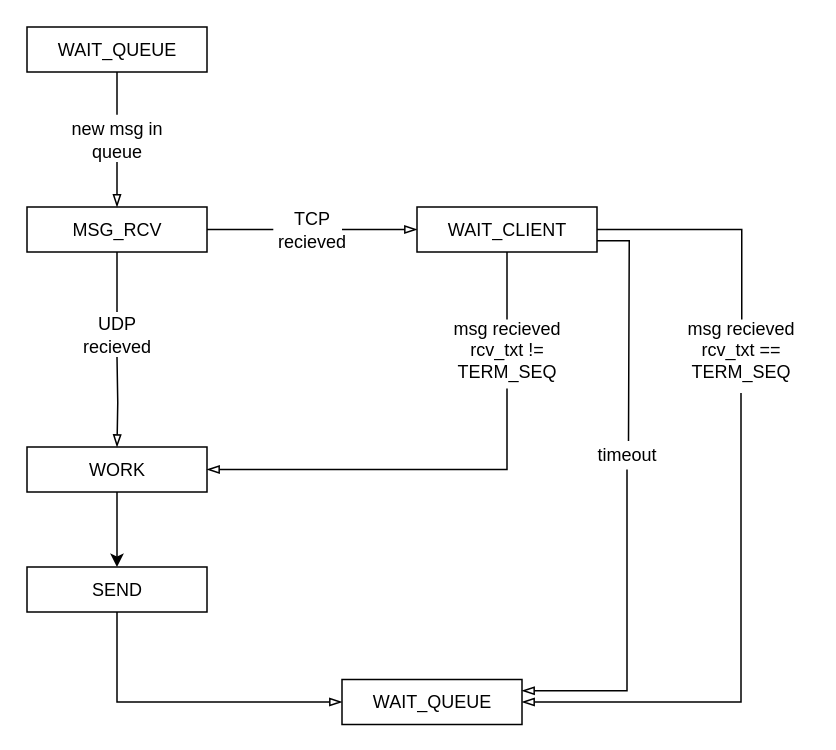
The draw.io diagram Statemachine.drawio in LieutenantRed/state-machine, before the edit. Source tidied: cells renumbered, new cells numbered last; positions are measured from the earlier drawing's top-left corner, leaving out a move shared by most shapes. Both pictures are drawn from the tidied source at 150%, with x=0, y=0 at pixel (27, 26).
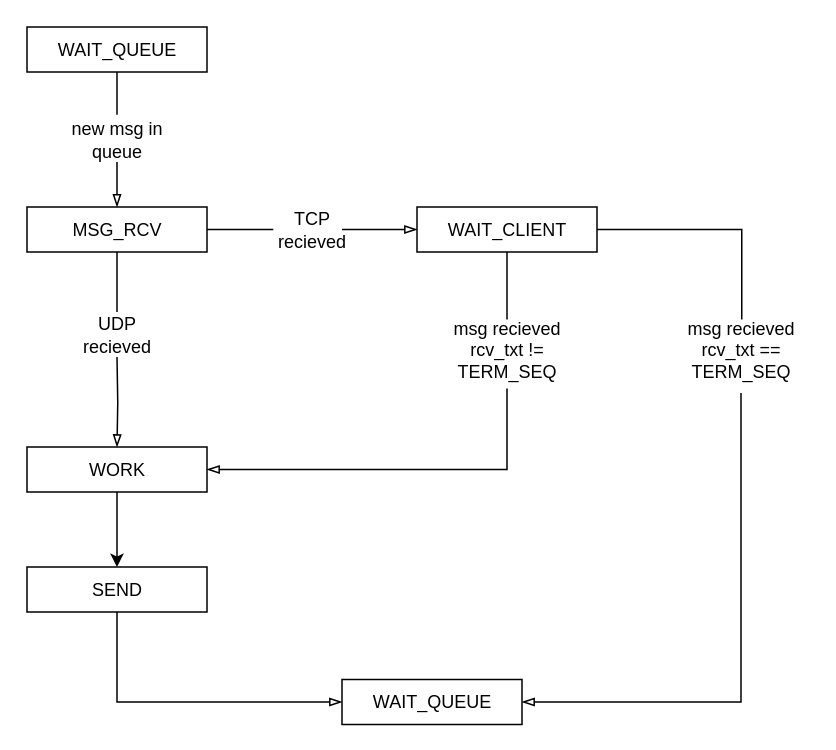
After the change.

Unchanged cells that the change refers to:
```xml
<mxCell id="16" value="WAIT_CLIENT" style="rounded=0;whiteSpace=wrap;html=1;" parent="1" vertex="1">
  <mxGeometry x="259.5" y="120.5" width="120" height="30" as="geometry" />
</mxCell>
<mxCell id="25" value="WAIT_QUEUE" style="rounded=0;whiteSpace=wrap;html=1;" parent="1" vertex="1">
  <mxGeometry x="209.5" y="435.5" width="120" height="30" as="geometry" />
</mxCell>
```

Diff of the diagram source:
```diff
@@
-    <mxCell id="15" style="edgeStyle=orthogonalEdgeStyle;rounded=0;jettySize=auto;html=1;exitX=1;exitY=0.75;exitDx=0;exitDy=0;endArrow=none;endFill=0;strokeColor=#000000;" parent="1" edge="1" source="16">
-      <mxGeometry relative="1" as="geometry">
-        <mxPoint x="400.5" y="276.5" as="targetPoint" />
-      </mxGeometry>
-    </mxCell>
@@
-    <mxCell id="26" style="edgeStyle=orthogonalEdgeStyle;rounded=0;jettySize=auto;html=1;exitX=0.5;exitY=1;exitDx=0;exitDy=0;entryX=1;entryY=0.25;entryDx=0;entryDy=0;endArrow=blockThin;endFill=0;strokeColor=#000000;" parent="1" edge="1" source="27" target="25">
-      <mxGeometry relative="1" as="geometry" />
-    </mxCell>
-    <mxCell id="27" value="timeout" style="text;html=1;strokeColor=none;fillColor=none;align=center;verticalAlign=middle;whiteSpace=wrap;rounded=0;" parent="1" vertex="1">
-      <mxGeometry x="379.5" y="275.5" width="40" height="20" as="geometry" />
-    </mxCell>
```
